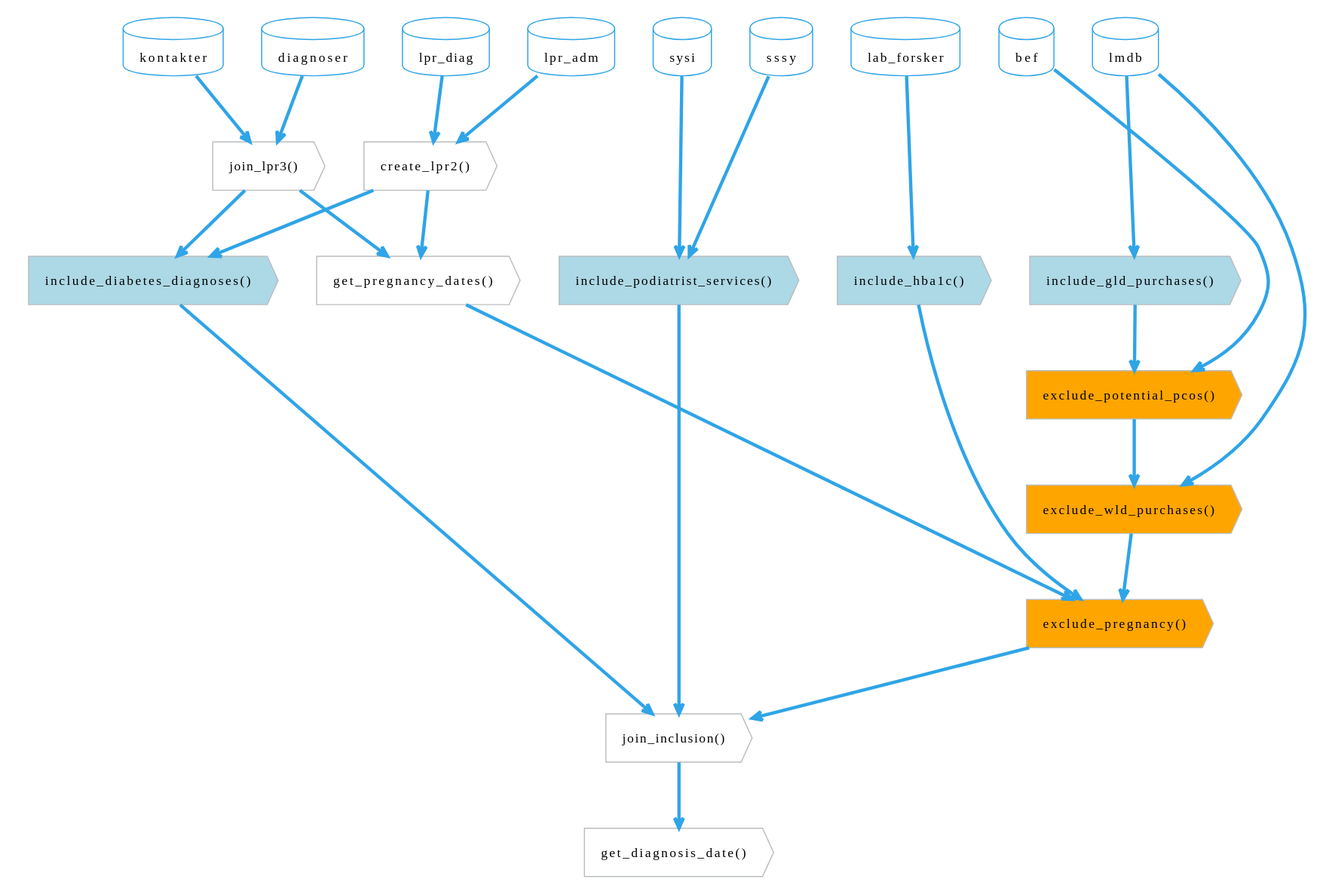
The PlantUML diagram vignettes/images/function-flow-population.svg in steno-aarhus/osdc, before a commit.
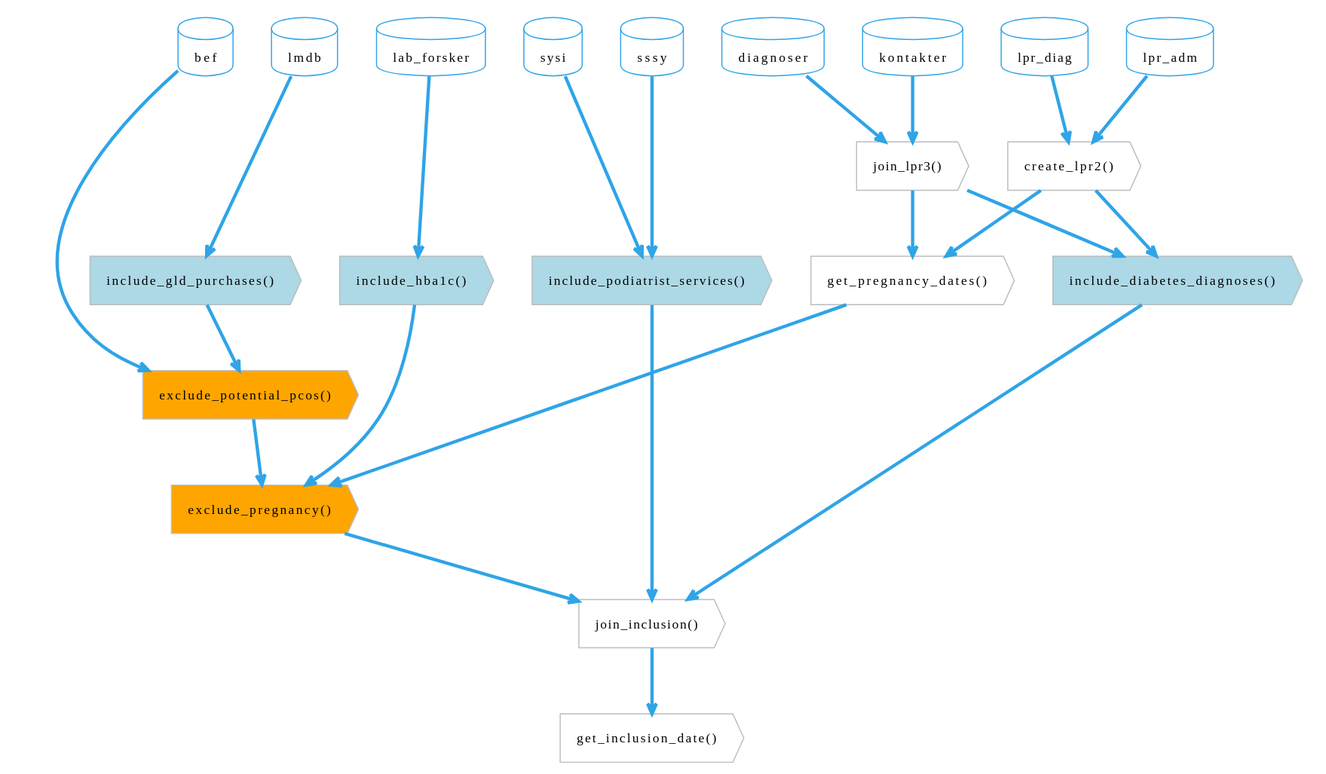
After the commit.

Diff of the diagram source:
```diff
@@ -33,7 +33,6 @@
 
     together {
         action "exclude_pregnancy()" as ex_pregnancy <<exclusion>>
-        action "exclude_wld_purchases()" as ex_wld <<exclusion>>
         action "exclude_potential_pcos()" as ex_pcos <<exclusion>>
     }
     together {
@@ -45,7 +44,7 @@
     }
 
     action "join_inclusion()" as join_inclusion
-    action "get_diagnosis_date()" as diagnosis_date
+    action "get_inclusion_date()" as inclusion_date
 
     lpr_diag --> lpr2
     lpr_adm --> lpr2
@@ -62,17 +61,15 @@
 
     lmdb --> in_gld
     in_gld --> ex_pcos
-    ex_pcos --> ex_wld
-    ex_wld --> ex_pregnancy
+    ex_pcos --> ex_pregnancy
 
     lpr2 --> in_diagnoses
     lpr3 --> in_diagnoses
     in_diagnoses --> join_inclusion
 
     bef --> ex_pcos
-    lmdb --> ex_wld
     lpr2 --> pregnancy
     lpr3 --> pregnancy
     pregnancy --> ex_pregnancy
-    join_inclusion --> diagnosis_date
+    join_inclusion --> inclusion_date
 @enduml
```
